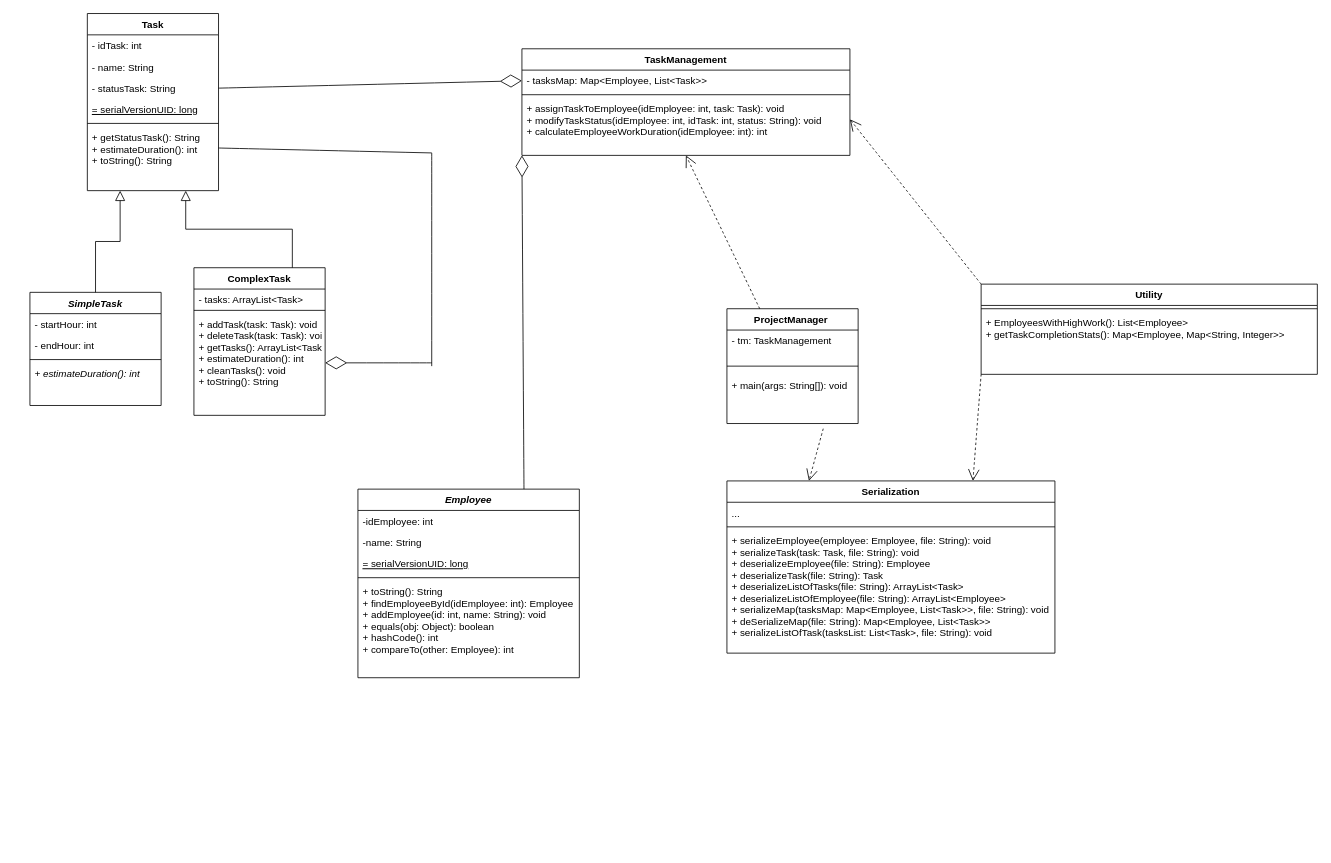
The draw.io diagram DIAGRAME/clasele.drawio in alexanca953/Task-Management-App-for-Employees, before the edit. Source tidied: cells renumbered, new cells numbered last; positions are measured from the earlier drawing's top-left corner, leaving out a move shared by most shapes. Both pictures are drawn from the tidied source at 82%, with x=0, y=0 at pixel (30, 13).
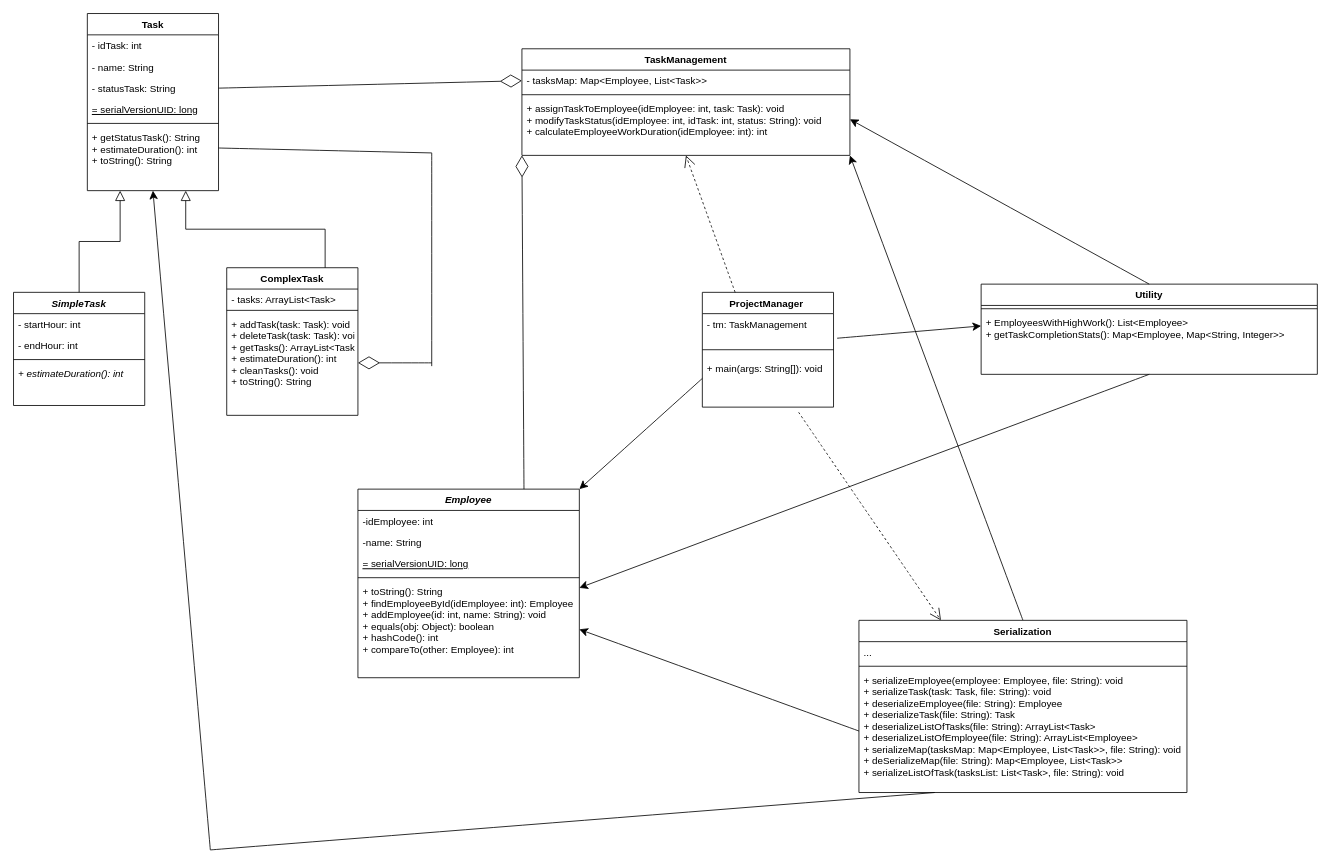
Above is the later version.

The change refers to these unchanged cells:
```xml
<mxCell id="2" value="Employee" style="swimlane;fontStyle=3;align=center;verticalAlign=top;horizontal=1;startSize=26;rounded=0;shadow=0;strokeWidth=1;" parent="1" vertex="1">
  <mxGeometry x="400" y="580" width="270" height="230" as="geometry" />
</mxCell>
<mxCell id="7" value="+ toString(): String&#10;+ findEmployeeById(idEmployee: int): Employee&#10;+ addEmployee(id: int, name: String): void&#10;+ equals(obj: Object): boolean&#10;+ hashCode(): int&#10;+ compareTo(other: Employee): int" style="text;align=left;verticalAlign=top;spacingLeft=4;spacingRight=4;overflow=hidden;points=[[0,0.5],[1,0.5]];portConstraint=eastwest;" parent="2" vertex="1">
  <mxGeometry y="112" width="270" height="118" as="geometry" />
</mxCell>
<mxCell id="14" value="Task" style="swimlane;fontStyle=1;align=center;verticalAlign=top;horizontal=1;startSize=26;rounded=0;shadow=0;strokeWidth=1;" parent="1" vertex="1">
  <mxGeometry x="70" width="160" height="216" as="geometry" />
</mxCell>
<mxCell id="21" value="TaskManagement" style="swimlane;fontStyle=1;align=center;verticalAlign=top;horizontal=1;startSize=26;rounded=0;shadow=0;strokeWidth=1;" parent="1" vertex="1">
  <mxGeometry x="600" y="43" width="400" height="130" as="geometry" />
</mxCell>
<mxCell id="24" value="+ assignTaskToEmployee(idEmployee: int, task: Task): void&#10;+ modifyTaskStatus(idEmployee: int, idTask: int, status: String): void&#10;+ calculateEmployeeWorkDuration(idEmployee: int): int&#10;" style="text;align=left;verticalAlign=top;spacingLeft=4;spacingRight=4;overflow=hidden;points=[[0,0.5],[1,0.5]];portConstraint=eastwest;" parent="21" vertex="1">
  <mxGeometry y="60" width="400" height="52" as="geometry" />
</mxCell>
<mxCell id="25" value="Utility" style="swimlane;fontStyle=1;align=center;verticalAlign=top;horizontal=1;startSize=26;rounded=0;shadow=0;strokeWidth=1;" parent="1" vertex="1">
  <mxGeometry x="1160" y="330" width="410" height="110" as="geometry" />
</mxCell>
<mxCell id="27" value="+ EmployeesWithHighWork(): List&lt;Employee&gt;&#10;+ getTaskCompletionStats(): Map&lt;Employee, Map&lt;String, Integer&gt;&gt;" style="text;align=left;verticalAlign=top;spacingLeft=4;spacingRight=4;overflow=hidden;points=[[0,0.5],[1,0.5]];portConstraint=eastwest;fontStyle=0;" parent="25" vertex="1">
  <mxGeometry y="34" width="410" height="34" as="geometry" />
</mxCell>
<mxCell id="31" value="+ serializeEmployee(employee: Employee, file: String): void&#10;+ serializeTask(task: Task, file: String): void&#10;+ deserializeEmployee(file: String): Employee&#10;+ deserializeTask(file: String): Task&#10;+ deserializeListOfTasks(file: String): ArrayList&lt;Task&gt;&#10;+ deserializeListOfEmployee(file: String): ArrayList&lt;Employee&gt;&#10;+ serializeMap(tasksMap: Map&lt;Employee, List&lt;Task&gt;&gt;, file: String): void&#10;+ deSerializeMap(file: String): Map&lt;Employee, List&lt;Task&gt;&gt;&#10;+ serializeListOfTask(tasksList: List&lt;Task&gt;, file: String): void" style="text;align=left;verticalAlign=top;spacingLeft=4;spacingRight=4;overflow=hidden;points=[[0,0.5],[1,0.5]];portConstraint=eastwest;" parent="28" vertex="1">
  <mxGeometry y="60" width="400" height="150" as="geometry" />
</mxCell>
<mxCell id="33" value="- tm: TaskManagement&#10;" style="text;align=left;verticalAlign=top;spacingLeft=4;spacingRight=4;overflow=hidden;points=[[0,0.5],[1,0.5]];portConstraint=eastwest;" parent="32" vertex="1">
  <mxGeometry y="26" width="160" height="34" as="geometry" />
</mxCell>
<mxCell id="35" value="+ main(args: String[]): void" style="text;align=left;verticalAlign=top;spacingLeft=4;spacingRight=4;overflow=hidden;points=[[0,0.5],[1,0.5]];portConstraint=eastwest;" parent="32" vertex="1">
  <mxGeometry y="80" width="160" height="50" as="geometry" />
</mxCell>
```

Change to the diagram source:
```diff
@@
     <mxCell id="8" value="SimpleTask" style="swimlane;fontStyle=3;align=center;verticalAlign=top;horizontal=1;startSize=26;rounded=0;shadow=0;strokeWidth=1;" parent="1" vertex="1">
-      <mxGeometry y="340" width="160" height="138" as="geometry" />
+      <mxGeometry x="-20" y="340" width="160" height="138" as="geometry" />
     </mxCell>
@@
+    <mxCell id="50" style="edgeStyle=none;curved=1;rounded=0;jettySize=auto;html=1;exitX=0.5;exitY=0;exitDx=0;exitDy=0;entryX=1;entryY=1;entryDx=0;entryDy=0;fontSize=12;startSize=8;endSize=8;" parent="1" edge="1" source="28" target="21">
+      <mxGeometry relative="1" as="geometry" />
+    </mxCell>
     <mxCell id="28" value="Serialization" style="swimlane;fontStyle=1;align=center;verticalAlign=top;horizontal=1;startSize=26;rounded=0;shadow=0;strokeWidth=1;" parent="1" vertex="1">
-      <mxGeometry x="850" y="570" width="400" height="210" as="geometry" />
+      <mxGeometry x="1011" y="740" width="400" height="210" as="geometry" />
     </mxCell>
@@
     <mxCell id="32" value="ProjectManager " style="swimlane;fontStyle=1;align=center;verticalAlign=top;horizontal=1;startSize=26;rounded=0;shadow=0;strokeWidth=1;" parent="1" vertex="1">
-      <mxGeometry x="850" y="360" width="160" height="140" as="geometry" />
+      <mxGeometry x="820" y="340" width="160" height="140" as="geometry" />
     </mxCell>
@@
     <mxCell id="36" value="ComplexTask" style="swimlane;fontStyle=1;align=center;verticalAlign=top;horizontal=1;startSize=26;rounded=0;shadow=0;strokeWidth=1;" parent="1" vertex="1">
-      <mxGeometry x="200" y="310" width="160" height="180" as="geometry" />
+      <mxGeometry x="240" y="310" width="160" height="180" as="geometry" />
     </mxCell>
@@
+    <mxCell id="51" style="endArrow=classic;html=1;rounded=0;fontSize=12;startSize=8;endSize=8;curved=1;exitX=0;exitY=0.5;exitDx=0;exitDy=0;entryX=1;entryY=0.5;entryDx=0;entryDy=0;" parent="1" edge="1" source="31" target="7">
+      <mxGeometry relative="1" as="geometry" />
+    </mxCell>
+    <mxCell id="52" style="endArrow=classic;html=1;rounded=0;fontSize=12;startSize=8;endSize=8;curved=1;entryX=0.5;entryY=1;entryDx=0;entryDy=0;" parent="1" edge="1" target="14">
+      <mxGeometry relative="1" as="geometry">
+        <mxPoint x="220" y="1020" as="sourcePoint" />
+      </mxGeometry>
+    </mxCell>
+    <mxCell id="53" style="endArrow=none;html=1;rounded=0;fontSize=12;startSize=8;endSize=8;curved=1;entryX=0.231;entryY=1;entryDx=0;entryDy=0;entryPerimeter=0;" parent="1" edge="1" target="31">
+      <mxGeometry relative="1" as="geometry">
+        <mxPoint x="220" y="1020" as="sourcePoint" />
+      </mxGeometry>
+    </mxCell>
+    <mxCell id="54" style="endArrow=classic;html=1;rounded=0;fontSize=12;startSize=8;endSize=8;curved=1;entryX=0;entryY=0.5;entryDx=0;entryDy=0;exitX=1.027;exitY=0.882;exitDx=0;exitDy=0;exitPerimeter=0;" parent="1" edge="1" source="33" target="27">
+      <mxGeometry relative="1" as="geometry" />
+    </mxCell>
+    <mxCell id="55" style="endArrow=classic;html=1;rounded=0;fontSize=12;startSize=8;endSize=8;curved=1;entryX=1;entryY=0;entryDx=0;entryDy=0;exitX=0;exitY=0.5;exitDx=0;exitDy=0;" parent="1" edge="1" source="35" target="2">
+      <mxGeometry relative="1" as="geometry" />
+    </mxCell>
+    <mxCell id="56" style="endArrow=classic;html=1;rounded=0;fontSize=12;startSize=8;endSize=8;curved=1;exitX=0.5;exitY=1;exitDx=0;exitDy=0;" parent="1" edge="1" source="25" target="7">
+      <mxGeometry relative="1" as="geometry" />
+    </mxCell>
-    <mxCell id="48" style="endArrow=open;endSize=12;dashed=1;html=1;rounded=0;fontSize=12;curved=1;entryX=1;entryY=0.5;entryDx=0;entryDy=0;exitX=0;exitY=0;exitDx=0;exitDy=0;" parent="1" edge="1" source="25" target="24">
+    <mxCell id="48" style="endArrow=classic;html=1;rounded=0;fontSize=12;startSize=8;endSize=8;curved=1;exitX=0.5;exitY=0;exitDx=0;exitDy=0;entryX=1;entryY=0.5;entryDx=0;entryDy=0;" parent="1" edge="1" source="25" target="24">
       <mxGeometry relative="1" as="geometry" />
     </mxCell>
-    <mxCell id="49" style="endArrow=open;endSize=12;dashed=1;html=1;rounded=0;fontSize=12;curved=1;entryX=0.75;entryY=0;entryDx=0;entryDy=0;exitX=0;exitY=1;exitDx=0;exitDy=0;" parent="1" edge="1" source="25" target="28">
-      <mxGeometry relative="1" as="geometry" />
-    </mxCell>
```
